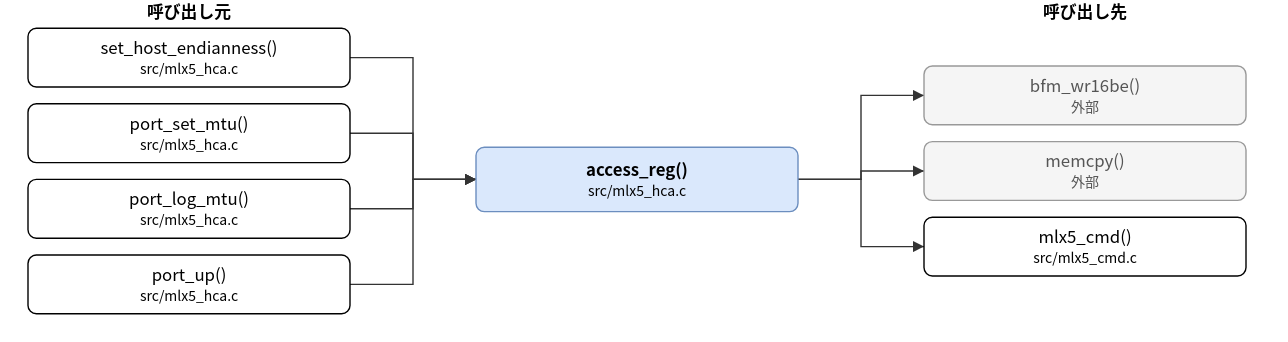
hf355051012-ai/bfmem keeps this draw.io diagram as doc/spec/images/call_src_mlx5_hca-access_reg.drawio.svg. Above is the earlier version. Source tidied: cells renumbered, new cells last; positions are measured from the earlier drawing's top-left corner, leaving out a move shared by most shapes.
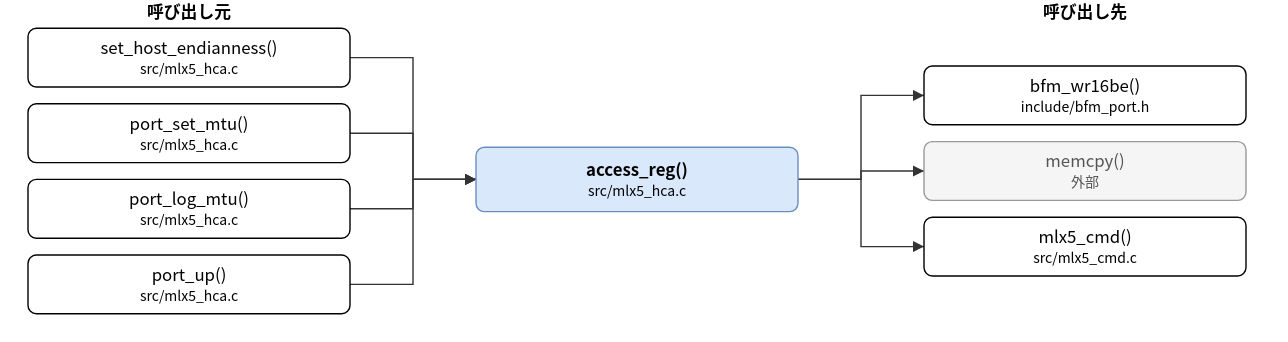
The same file after the commit.

Change to the diagram source:
```diff
@@ -17,7 +17,7 @@
     <mxCell id="6" value="port_up()&lt;br&gt;&lt;font style=&quot;font-size:10px&quot;&gt;src/mlx5_hca.c&lt;/font&gt;" style="rounded=1;whiteSpace=wrap;html=1;" parent="1" vertex="1">
       <mxGeometry y="182" width="230" height="42" as="geometry" />
     </mxCell>
-    <mxCell id="7" value="bfm_wr16be()&lt;br&gt;&lt;font style=&quot;font-size:10px&quot;&gt;外部&lt;/font&gt;" style="rounded=1;whiteSpace=wrap;html=1;fillColor=#f5f5f5;strokeColor=#999999;fontColor=#555555;" parent="1" vertex="1">
+    <mxCell id="7" value="bfm_wr16be()&lt;br&gt;&lt;font style=&quot;font-size:10px&quot;&gt;include/bfm_port.h&lt;/font&gt;" style="rounded=1;whiteSpace=wrap;html=1;" parent="1" vertex="1">
       <mxGeometry x="640" y="47" width="230" height="42" as="geometry" />
     </mxCell>
     <mxCell id="8" value="memcpy()&lt;br&gt;&lt;font style=&quot;font-size:10px&quot;&gt;外部&lt;/font&gt;" style="rounded=1;whiteSpace=wrap;html=1;fillColor=#f5f5f5;strokeColor=#999999;fontColor=#555555;" parent="1" vertex="1">
```
